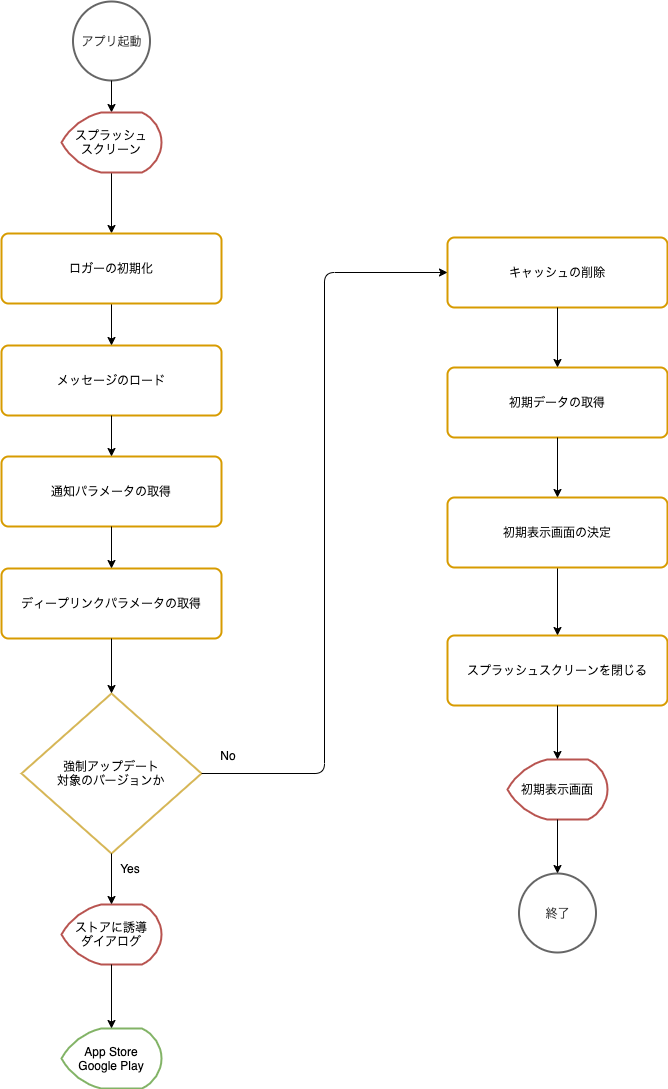
ws-4020/mobile-app-crib-notes keeps this draw.io diagram as website/docs/react-native/santoku/application-architecture/life-cycle-management/initialization-flow.drawio.png. Above is the earlier version. Source tidied: cells renumbered, new cells last; positions are measured from the earlier drawing's top-left corner, leaving out a move shared by most shapes.
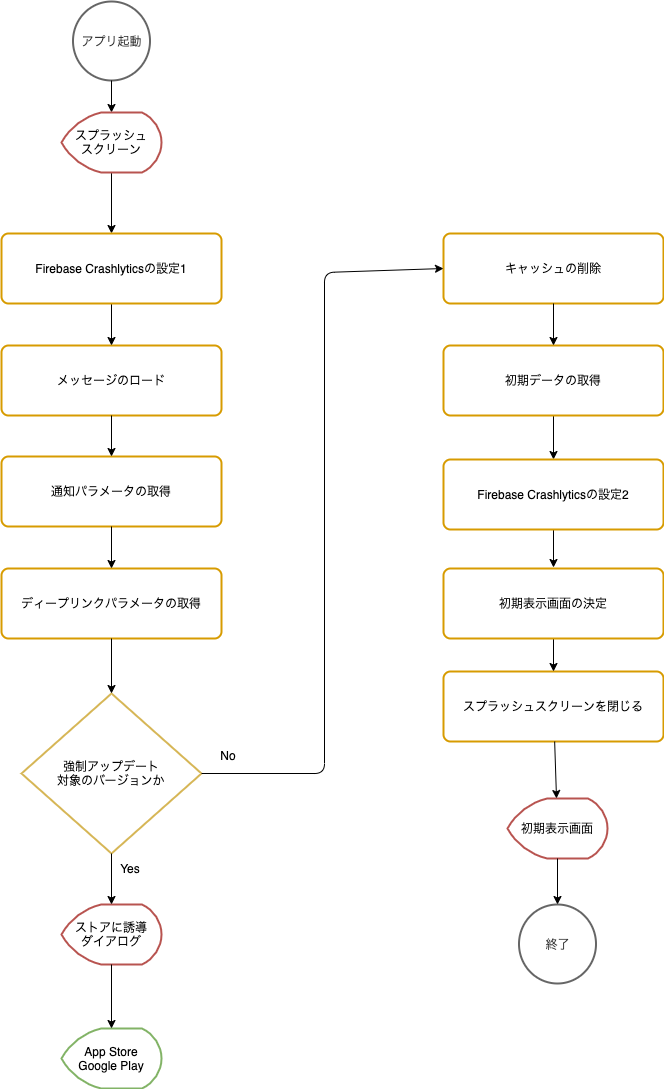
After the commit.

Diff of the diagram source:
```diff
@@ -35,35 +35,35 @@
     <mxCell id="12" style="endArrow=classic;html=1;" parent="1" edge="1" source="2" target="10">
       <mxGeometry x="-604" y="424.5" as="geometry" />
     </mxCell>
+    <mxCell id="33" style="edgeStyle=orthogonalEdgeStyle;rounded=0;jettySize=auto;html=1;entryX=0.5;entryY=0;entryDx=0;entryDy=0;" parent="1" edge="1" source="13" target="35">
+      <mxGeometry relative="1" as="geometry" />
+    </mxCell>
     <mxCell id="13" value="初期データの取得" style="rounded=1;whiteSpace=wrap;html=1;absoluteArcSize=1;arcSize=14;strokeWidth=2;verticalAlign=middle;strokeColor=#d79b00;" parent="1" vertex="1">
-      <mxGeometry x="446" y="366" width="220" height="70" as="geometry" />
+      <mxGeometry x="442" y="344" width="220" height="70" as="geometry" />
     </mxCell>
     <mxCell id="14" value="スプラッシュスクリーンを閉じる" style="rounded=1;whiteSpace=wrap;html=1;absoluteArcSize=1;arcSize=14;strokeWidth=2;verticalAlign=middle;strokeColor=#d79b00;" parent="1" vertex="1">
-      <mxGeometry x="446" y="634" width="220" height="70" as="geometry" />
+      <mxGeometry x="442" y="670" width="220" height="70" as="geometry" />
     </mxCell>
     <mxCell id="15" style="endArrow=classic;html=1;" parent="1" edge="1" source="18" target="14">
       <mxGeometry x="-158" y="-182" as="geometry" />
     </mxCell>
     <mxCell id="16" value="初期表示画面" style="strokeWidth=2;html=1;shape=mxgraph.flowchart.display;whiteSpace=wrap;verticalAlign=middle;strokeColor=#b85450;" parent="1" vertex="1">
-      <mxGeometry x="506" y="758" width="100" height="60" as="geometry" />
+      <mxGeometry x="506" y="797" width="100" height="60" as="geometry" />
     </mxCell>
     <mxCell id="17" style="endArrow=classic;html=1;" parent="1" edge="1" source="14" target="16">
       <mxGeometry x="-158" y="-182" as="geometry" />
     </mxCell>
     <mxCell id="18" value="初期表示画面の決定" style="rounded=1;whiteSpace=wrap;html=1;absoluteArcSize=1;arcSize=14;strokeWidth=2;verticalAlign=middle;strokeColor=#d79b00;" parent="1" vertex="1">
-      <mxGeometry x="446" y="496" width="220" height="70" as="geometry" />
+      <mxGeometry x="442" y="567" width="220" height="70" as="geometry" />
     </mxCell>
-    <mxCell id="19" style="endArrow=classic;html=1;" parent="1" edge="1" source="13" target="18">
-      <mxGeometry x="-158" y="-182" as="geometry" />
-    </mxCell>
     <mxCell id="20" value="終了" style="strokeWidth=2;html=1;shape=mxgraph.flowchart.start_2;whiteSpace=wrap;verticalAlign=middle;strokeColor=#666666;fontColor=#333333;" parent="1" vertex="1">
-      <mxGeometry x="517.5" y="872" width="77" height="79" as="geometry" />
+      <mxGeometry x="517.5" y="903" width="77" height="79" as="geometry" />
     </mxCell>
     <mxCell id="21" style="endArrow=classic;html=1;entryX=0.5;entryY=0;entryDx=0;entryDy=0;entryPerimeter=0;exitX=0.5;exitY=1;exitDx=0;exitDy=0;exitPerimeter=0;" parent="1" edge="1" source="16" target="20">
       <mxGeometry x="-148" y="-172" as="geometry" />
     </mxCell>
     <mxCell id="22" value="キャッシュの削除" style="rounded=1;whiteSpace=wrap;html=1;absoluteArcSize=1;arcSize=14;strokeWidth=2;verticalAlign=middle;strokeColor=#d79b00;" parent="1" vertex="1">
-      <mxGeometry x="446" y="236" width="220" height="70" as="geometry" />
+      <mxGeometry x="442" y="232" width="220" height="70" as="geometry" />
     </mxCell>
     <mxCell id="23" value="通知パラメータの取得" style="rounded=1;whiteSpace=wrap;html=1;absoluteArcSize=1;arcSize=14;strokeWidth=2;verticalAlign=middle;strokeColor=#d79b00;" parent="1" vertex="1">
       <mxGeometry y="455" width="220" height="70" as="geometry" />
@@ -97,8 +97,16 @@
     <mxCell id="31" style="edgeStyle=orthogonalEdgeStyle;rounded=0;jettySize=auto;html=1;" parent="1" edge="1" source="32" target="29">
       <mxGeometry relative="1" as="geometry" />
     </mxCell>
-    <mxCell id="32" value="ロガーの初期化" style="rounded=1;whiteSpace=wrap;html=1;absoluteArcSize=1;arcSize=14;strokeWidth=2;verticalAlign=middle;strokeColor=#d79b00;" parent="1" vertex="1">
+    <mxCell id="32" value="Firebase Crashlyticsの設定1" style="rounded=1;whiteSpace=wrap;html=1;absoluteArcSize=1;arcSize=14;strokeWidth=2;verticalAlign=middle;strokeColor=#d79b00;" parent="1" vertex="1">
       <mxGeometry y="232" width="220" height="70" as="geometry" />
     </mxCell>
+    <mxCell id="34" style="edgeStyle=orthogonalEdgeStyle;rounded=0;jettySize=auto;html=1;" parent="1" edge="1" source="35">
+      <mxGeometry relative="1" as="geometry">
+        <mxPoint x="552" y="566" as="targetPoint" />
+      </mxGeometry>
+    </mxCell>
+    <mxCell id="35" value="&lt;span&gt;Firebase Crashlyticsの設定2&lt;/span&gt;" style="rounded=1;whiteSpace=wrap;html=1;absoluteArcSize=1;arcSize=14;strokeWidth=2;verticalAlign=middle;strokeColor=#d79b00;" parent="1" vertex="1">
+      <mxGeometry x="442" y="458" width="220" height="70" as="geometry" />
+    </mxCell>
   </root>
 </mxGraphModel>
```
